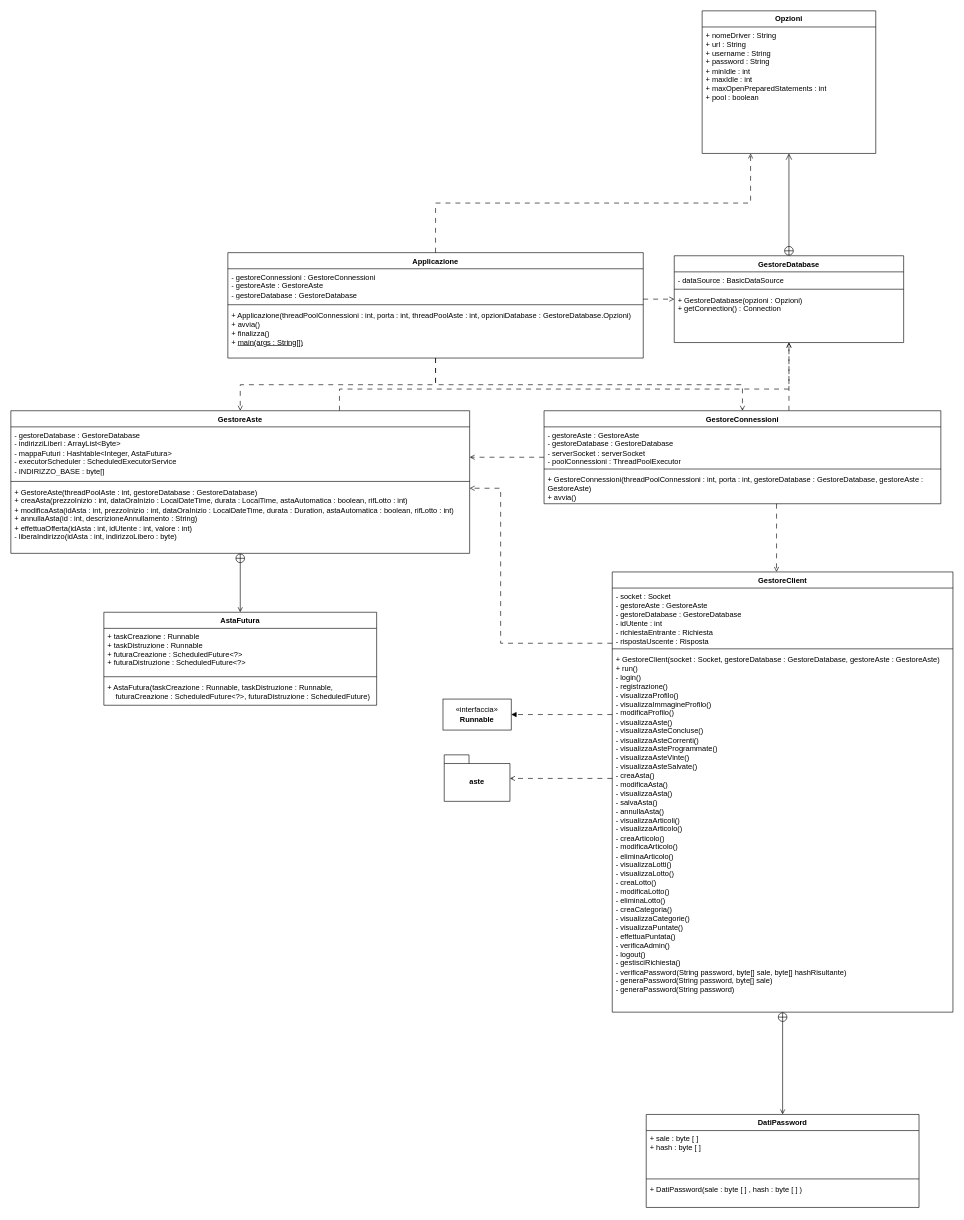
This is documenti/DC-Server.drawio from Chaos-Rat/GAO, a draw.io file, before an edit. Source tidied: cells renumbered, new cells numbered last; positions are measured from the earlier drawing's top-left corner, leaving out a move shared by most shapes. Both pictures are drawn from the tidied source at 62%, with x=0, y=0 at pixel (11, 11).
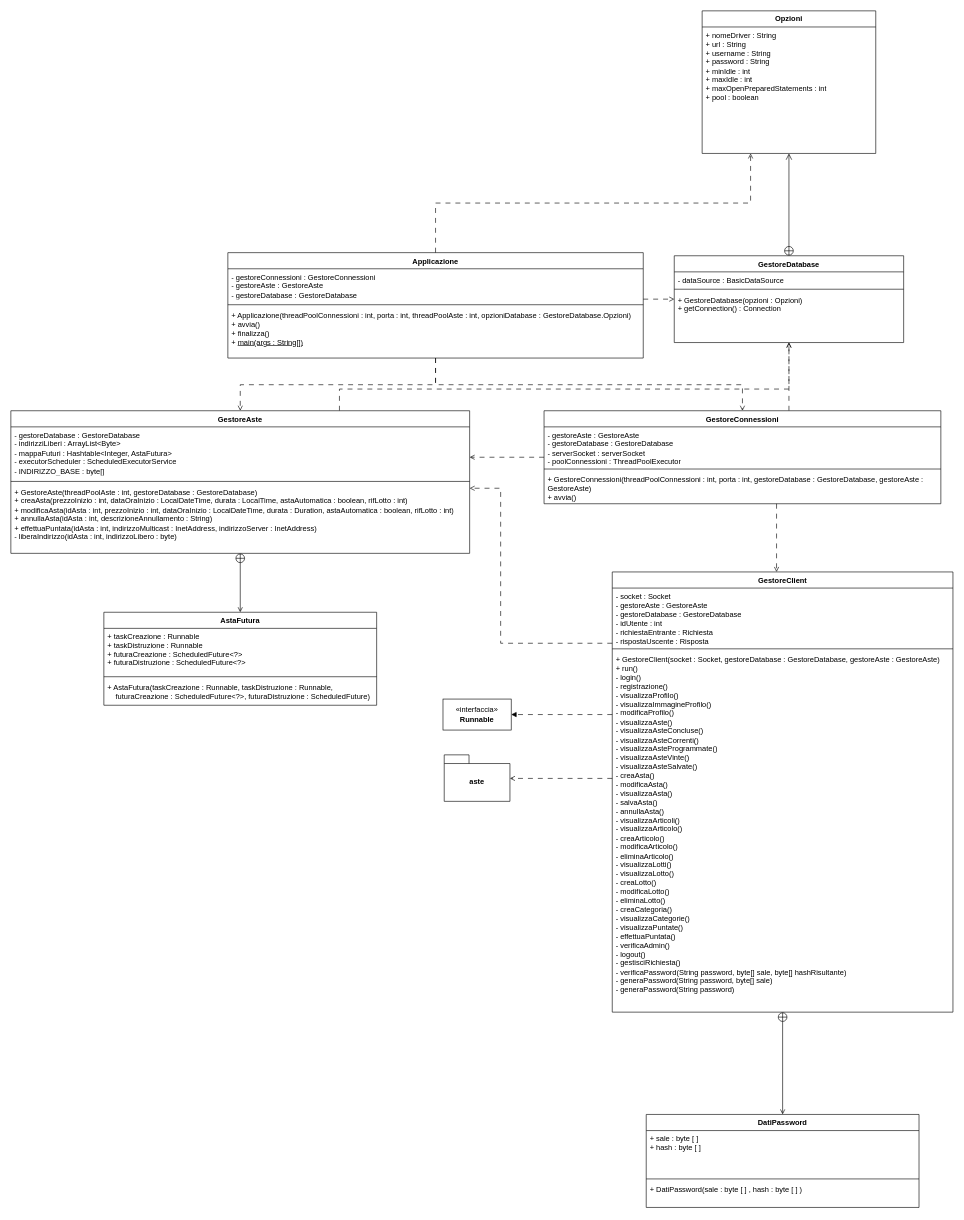
The same diagram, later.

Commit message:
Update effettua offerta

Aggiornata effettua offerta a effettua puntata con i vari parametri in DC-Server.

The change refers to these unchanged cells:
```xml
<mxCell id="23" value="GestoreAste" style="swimlane;fontStyle=1;align=center;verticalAlign=top;horizontal=1;startSize=26;whiteSpace=wrap;html=1;" parent="1" vertex="1">
  <mxGeometry y="645" width="740" height="230" as="geometry" />
</mxCell>
```

The edit, as a diff of the source:
```diff
@@
-    <mxCell id="26" value="&lt;div&gt;+ GestoreAste(threadPoolAste : int, gestoreDatabase : GestoreDatabase)&lt;/div&gt;&lt;div&gt;+ creaAsta(prezzoInizio : int, dataOraInizio : LocalDateTime, durata : LocalTime, astaAutomatica : boolean, rifLotto : int)&lt;/div&gt;&lt;div&gt;+ modificaAsta(idAsta : int, prezzoInizio : int, dataOraInizio : LocalDateTime, durata : Duration, astaAutomatica : boolean, rifLotto : int)&lt;/div&gt;&lt;div&gt;+ annullaAsta(id : int, descrizioneAnnullamento : String)&lt;/div&gt;&lt;div&gt;+ effettuaOfferta(idAsta : int, idUtente : int, valore : int)&lt;/div&gt;&lt;div&gt;- liberaIndirizzo(idAsta : int, indirizzoLibero : byte)&lt;/div&gt;&lt;div&gt;&lt;br&gt;&lt;/div&gt;" style="text;strokeColor=none;fillColor=none;align=left;verticalAlign=top;spacingLeft=4;spacingRight=4;overflow=hidden;whiteSpace=wrap;html=1;" parent="23" vertex="1">
+    <mxCell id="26" value="&lt;div&gt;+ GestoreAste(threadPoolAste : int, gestoreDatabase : GestoreDatabase)&lt;/div&gt;&lt;div&gt;+ creaAsta(prezzoInizio : int, dataOraInizio : LocalDateTime, durata : LocalTime, astaAutomatica : boolean, rifLotto : int)&lt;/div&gt;&lt;div&gt;+ modificaAsta(idAsta : int, prezzoInizio : int, dataOraInizio : LocalDateTime, durata : Duration, astaAutomatica : boolean, rifLotto : int)&lt;/div&gt;&lt;div&gt;+ annullaAsta(idAsta : int, descrizioneAnnullamento : String)&lt;/div&gt;&lt;div&gt;+ effettuaPuntata(idAsta : int, indirizzoMulticast : InetAddress, indirizzoServer : InetAddress)&lt;/div&gt;&lt;div&gt;- liberaIndirizzo(idAsta : int, indirizzoLibero : byte)&lt;/div&gt;&lt;div&gt;&lt;br&gt;&lt;/div&gt;" style="text;strokeColor=none;fillColor=none;align=left;verticalAlign=top;spacingLeft=4;spacingRight=4;overflow=hidden;whiteSpace=wrap;html=1;" parent="23" vertex="1">
       <mxGeometry y="118" width="740" height="112" as="geometry" />
     </mxCell>
```
